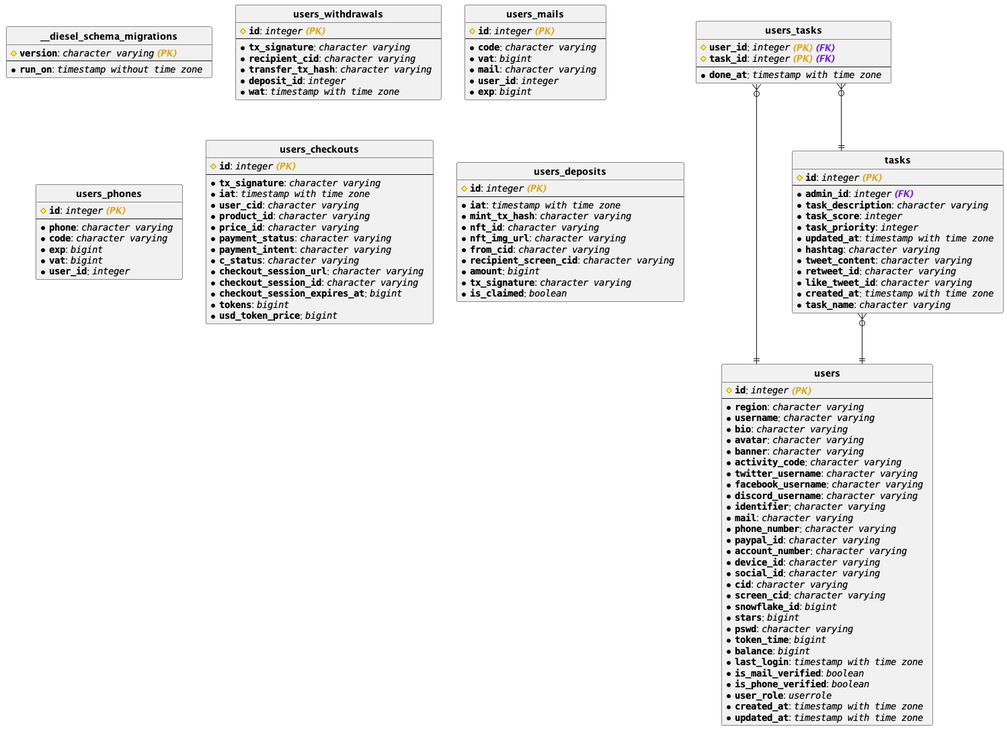
wildonion/gem keeps this PlantUML diagram as infra/panel.png. Above is the earlier version.
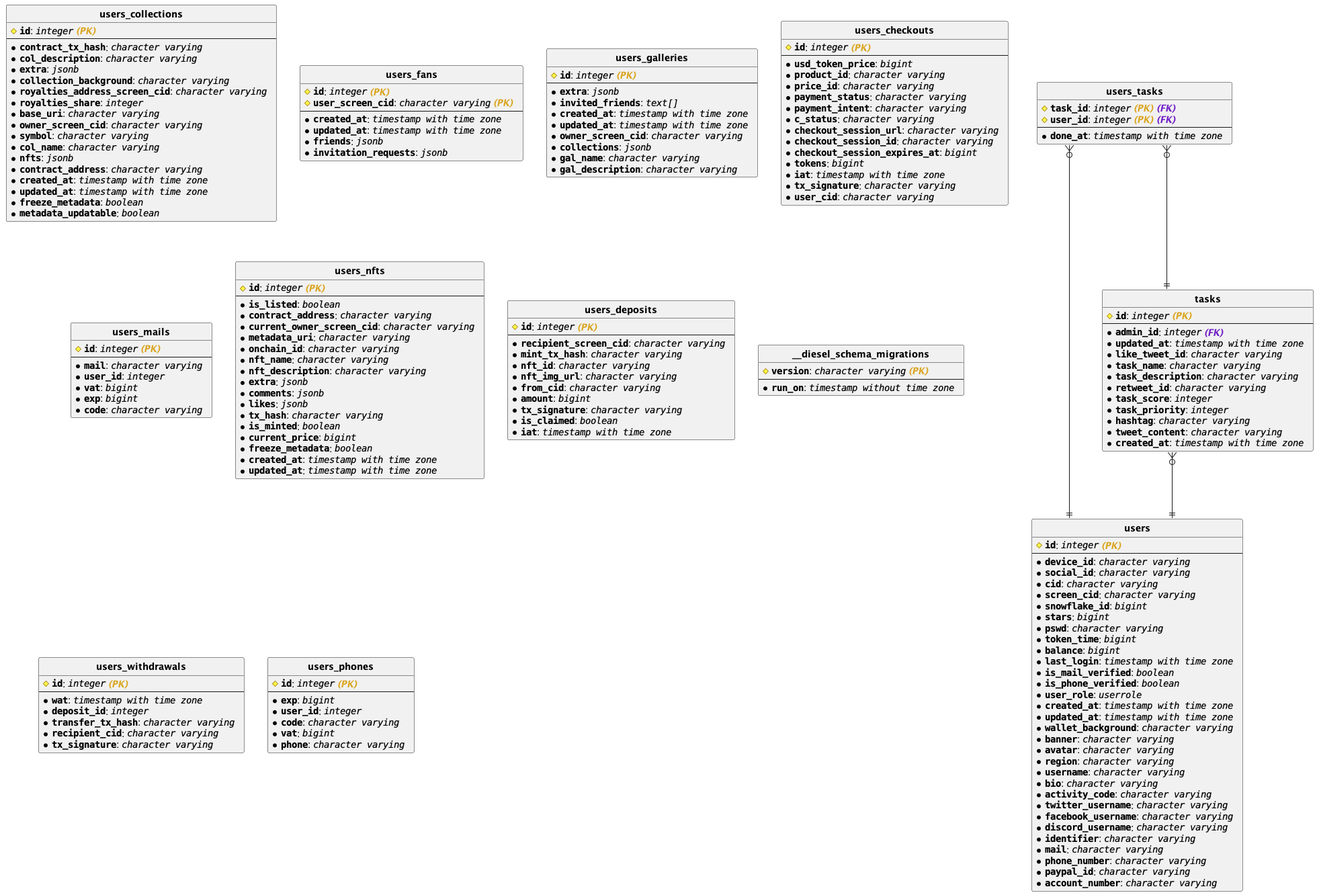
The same file after the commit.

Diff of the diagram source:
```diff
@@ -3,84 +3,40 @@
 hide circle
 skinparam linetype ortho
 
-entity "**__diesel_schema_migrations**" {
-# <b>""version""</b>: //""character varying"" <b><color:goldenrod>(PK) </color></b> //
+entity "**users_collections**" {
+# <b>""id""</b>: //""integer"" <b><color:goldenrod>(PK) </color></b> //
 ---
-* <b>""run_on""</b>: //""timestamp without time zone""  //
+* <b>""contract_tx_hash""</b>: //""character varying""  //
+* <b>""col_description""</b>: //""character varying""  //
+* <b>""extra""</b>: //""jsonb""  //
+* <b>""collection_background""</b>: //""character varying""  //
+* <b>""royalties_address_screen_cid""</b>: //""character varying""  //
+* <b>""royalties_share""</b>: //""integer""  //
+* <b>""base_uri""</b>: //""character varying""  //
+* <b>""owner_screen_cid""</b>: //""character varying""  //
+* <b>""symbol""</b>: //""character varying""  //
+* <b>""col_name""</b>: //""character varying""  //
+* <b>""nfts""</b>: //""jsonb""  //
+* <b>""contract_address""</b>: //""character varying""  //
+* <b>""created_at""</b>: //""timestamp with time zone""  //
+* <b>""updated_at""</b>: //""timestamp with time zone""  //
+* <b>""freeze_metadata""</b>: //""boolean""  //
+* <b>""metadata_updatable""</b>: //""boolean""  //
 }
 
-entity "**users_tasks**" {
-# <b>""user_id""</b>: //""integer"" <b><color:goldenrod>(PK) </color></b><b><color:701fc6>(FK) </color></b> //
-# <b>""task_id""</b>: //""integer"" <b><color:goldenrod>(PK) </color></b><b><color:701fc6>(FK) </color></b> //
+entity "**users_fans**" {
+# <b>""id""</b>: //""integer"" <b><color:goldenrod>(PK) </color></b> //
+# <b>""user_screen_cid""</b>: //""character varying"" <b><color:goldenrod>(PK) </color></b> //
 ---
-* <b>""done_at""</b>: //""timestamp with time zone""  //
-}
-
-entity "**users_withdrawals**" {
-# <b>""id""</b>: //""integer"" <b><color:goldenrod>(PK) </color></b> //
----
-* <b>""tx_signature""</b>: //""character varying""  //
-* <b>""recipient_cid""</b>: //""character varying""  //
-* <b>""transfer_tx_hash""</b>: //""character varying""  //
-* <b>""deposit_id""</b>: //""integer""  //
-* <b>""wat""</b>: //""timestamp with time zone""  //
-}
-
-entity "**users_mails**" {
-# <b>""id""</b>: //""integer"" <b><color:goldenrod>(PK) </color></b> //
----
-* <b>""code""</b>: //""character varying""  //
-* <b>""vat""</b>: //""bigint""  //
-* <b>""mail""</b>: //""character varying""  //
-* <b>""user_id""</b>: //""integer""  //
-* <b>""exp""</b>: //""bigint""  //
-}
-
-entity "**users_phones**" {
-# <b>""id""</b>: //""integer"" <b><color:goldenrod>(PK) </color></b> //
----
-* <b>""phone""</b>: //""character varying""  //
-* <b>""code""</b>: //""character varying""  //
-* <b>""exp""</b>: //""bigint""  //
-* <b>""vat""</b>: //""bigint""  //
-* <b>""user_id""</b>: //""integer""  //
-}
-
-entity "**users_checkouts**" {
-# <b>""id""</b>: //""integer"" <b><color:goldenrod>(PK) </color></b> //
----
-* <b>""tx_signature""</b>: //""character varying""  //
-* <b>""iat""</b>: //""timestamp with time zone""  //
-* <b>""user_cid""</b>: //""character varying""  //
-* <b>""product_id""</b>: //""character varying""  //
-* <b>""price_id""</b>: //""character varying""  //
-* <b>""payment_status""</b>: //""character varying""  //
-* <b>""payment_intent""</b>: //""character varying""  //
-* <b>""c_status""</b>: //""character varying""  //
-* <b>""checkout_session_url""</b>: //""character varying""  //
-* <b>""checkout_session_id""</b>: //""character varying""  //
-* <b>""checkout_session_expires_at""</b>: //""bigint""  //
-* <b>""tokens""</b>: //""bigint""  //
-* <b>""usd_token_price""</b>: //""bigint""  //
+* <b>""created_at""</b>: //""timestamp with time zone""  //
+* <b>""updated_at""</b>: //""timestamp with time zone""  //
+* <b>""friends""</b>: //""jsonb""  //
+* <b>""invitation_requests""</b>: //""jsonb""  //
 }
 
 entity "**users**" {
 # <b>""id""</b>: //""integer"" <b><color:goldenrod>(PK) </color></b> //
 ---
-* <b>""region""</b>: //""character varying""  //
-* <b>""username""</b>: //""character varying""  //
-* <b>""bio""</b>: //""character varying""  //
-* <b>""avatar""</b>: //""character varying""  //
-* <b>""banner""</b>: //""character varying""  //
-* <b>""activity_code""</b>: //""character varying""  //
-* <b>""twitter_username""</b>: //""character varying""  //
-* <b>""facebook_username""</b>: //""character varying""  //
-* <b>""discord_username""</b>: //""character varying""  //
-* <b>""identifier""</b>: //""character varying""  //
-* <b>""mail""</b>: //""character varying""  //
-* <b>""phone_number""</b>: //""character varying""  //
-* <b>""paypal_id""</b>: //""character varying""  //
-* <b>""account_number""</b>: //""character varying""  //
 * <b>""device_id""</b>: //""character varying""  //
 * <b>""social_id""</b>: //""character varying""  //
 * <b>""cid""</b>: //""character varying""  //
@@ -96,36 +52,146 @@
 * <b>""user_role""</b>: //""userrole""  //
 * <b>""created_at""</b>: //""timestamp with time zone""  //
 * <b>""updated_at""</b>: //""timestamp with time zone""  //
+* <b>""wallet_background""</b>: //""character varying""  //
+* <b>""banner""</b>: //""character varying""  //
+* <b>""avatar""</b>: //""character varying""  //
+* <b>""region""</b>: //""character varying""  //
+* <b>""username""</b>: //""character varying""  //
+* <b>""bio""</b>: //""character varying""  //
+* <b>""activity_code""</b>: //""character varying""  //
+* <b>""twitter_username""</b>: //""character varying""  //
+* <b>""facebook_username""</b>: //""character varying""  //
+* <b>""discord_username""</b>: //""character varying""  //
+* <b>""identifier""</b>: //""character varying""  //
+* <b>""mail""</b>: //""character varying""  //
+* <b>""phone_number""</b>: //""character varying""  //
+* <b>""paypal_id""</b>: //""character varying""  //
+* <b>""account_number""</b>: //""character varying""  //
+}
+
+entity "**users_galleries**" {
+# <b>""id""</b>: //""integer"" <b><color:goldenrod>(PK) </color></b> //
+---
+* <b>""extra""</b>: //""jsonb""  //
+* <b>""invited_friends""</b>: //""text[]""  //
+* <b>""created_at""</b>: //""timestamp with time zone""  //
+* <b>""updated_at""</b>: //""timestamp with time zone""  //
+* <b>""owner_screen_cid""</b>: //""character varying""  //
+* <b>""collections""</b>: //""jsonb""  //
+* <b>""gal_name""</b>: //""character varying""  //
+* <b>""gal_description""</b>: //""character varying""  //
+}
+
+entity "**users_checkouts**" {
+# <b>""id""</b>: //""integer"" <b><color:goldenrod>(PK) </color></b> //
+---
+* <b>""usd_token_price""</b>: //""bigint""  //
+* <b>""product_id""</b>: //""character varying""  //
+* <b>""price_id""</b>: //""character varying""  //
+* <b>""payment_status""</b>: //""character varying""  //
+* <b>""payment_intent""</b>: //""character varying""  //
+* <b>""c_status""</b>: //""character varying""  //
+* <b>""checkout_session_url""</b>: //""character varying""  //
+* <b>""checkout_session_id""</b>: //""character varying""  //
+* <b>""checkout_session_expires_at""</b>: //""bigint""  //
+* <b>""tokens""</b>: //""bigint""  //
+* <b>""iat""</b>: //""timestamp with time zone""  //
+* <b>""tx_signature""</b>: //""character varying""  //
+* <b>""user_cid""</b>: //""character varying""  //
+}
+
+entity "**users_mails**" {
+# <b>""id""</b>: //""integer"" <b><color:goldenrod>(PK) </color></b> //
+---
+* <b>""mail""</b>: //""character varying""  //
+* <b>""user_id""</b>: //""integer""  //
+* <b>""vat""</b>: //""bigint""  //
+* <b>""exp""</b>: //""bigint""  //
+* <b>""code""</b>: //""character varying""  //
+}
+
+entity "**users_nfts**" {
+# <b>""id""</b>: //""integer"" <b><color:goldenrod>(PK) </color></b> //
+---
+* <b>""is_listed""</b>: //""boolean""  //
+* <b>""contract_address""</b>: //""character varying""  //
+* <b>""current_owner_screen_cid""</b>: //""character varying""  //
+* <b>""metadata_uri""</b>: //""character varying""  //
+* <b>""onchain_id""</b>: //""character varying""  //
+* <b>""nft_name""</b>: //""character varying""  //
+* <b>""nft_description""</b>: //""character varying""  //
+* <b>""extra""</b>: //""jsonb""  //
+* <b>""comments""</b>: //""jsonb""  //
+* <b>""likes""</b>: //""jsonb""  //
+* <b>""tx_hash""</b>: //""character varying""  //
+* <b>""is_minted""</b>: //""boolean""  //
+* <b>""current_price""</b>: //""bigint""  //
+* <b>""freeze_metadata""</b>: //""boolean""  //
+* <b>""created_at""</b>: //""timestamp with time zone""  //
+* <b>""updated_at""</b>: //""timestamp with time zone""  //
+}
+
+entity "**users_tasks**" {
+# <b>""task_id""</b>: //""integer"" <b><color:goldenrod>(PK) </color></b><b><color:701fc6>(FK) </color></b> //
+# <b>""user_id""</b>: //""integer"" <b><color:goldenrod>(PK) </color></b><b><color:701fc6>(FK) </color></b> //
+---
+* <b>""done_at""</b>: //""timestamp with time zone""  //
 }
 
 entity "**tasks**" {
 # <b>""id""</b>: //""integer"" <b><color:goldenrod>(PK) </color></b> //
 ---
 * <b>""admin_id""</b>: //""integer"" <b><color:701fc6>(FK) </color></b> //
+* <b>""updated_at""</b>: //""timestamp with time zone""  //
+* <b>""like_tweet_id""</b>: //""character varying""  //
+* <b>""task_name""</b>: //""character varying""  //
 * <b>""task_description""</b>: //""character varying""  //
+* <b>""retweet_id""</b>: //""character varying""  //
 * <b>""task_score""</b>: //""integer""  //
 * <b>""task_priority""</b>: //""integer""  //
-* <b>""updated_at""</b>: //""timestamp with time zone""  //
 * <b>""hashtag""</b>: //""character varying""  //
 * <b>""tweet_content""</b>: //""character varying""  //
-* <b>""retweet_id""</b>: //""character varying""  //
-* <b>""like_tweet_id""</b>: //""character varying""  //
 * <b>""created_at""</b>: //""timestamp with time zone""  //
-* <b>""task_name""</b>: //""character varying""  //
 }
 
 entity "**users_deposits**" {
 # <b>""id""</b>: //""integer"" <b><color:goldenrod>(PK) </color></b> //
 ---
-* <b>""iat""</b>: //""timestamp with time zone""  //
+* <b>""recipient_screen_cid""</b>: //""character varying""  //
 * <b>""mint_tx_hash""</b>: //""character varying""  //
 * <b>""nft_id""</b>: //""character varying""  //
 * <b>""nft_img_url""</b>: //""character varying""  //
 * <b>""from_cid""</b>: //""character varying""  //
-* <b>""recipient_screen_cid""</b>: //""character varying""  //
 * <b>""amount""</b>: //""bigint""  //
 * <b>""tx_signature""</b>: //""character varying""  //
 * <b>""is_claimed""</b>: //""boolean""  //
+* <b>""iat""</b>: //""timestamp with time zone""  //
+}
+
+entity "**__diesel_schema_migrations**" {
+# <b>""version""</b>: //""character varying"" <b><color:goldenrod>(PK) </color></b> //
+---
+* <b>""run_on""</b>: //""timestamp without time zone""  //
+}
+
+entity "**users_withdrawals**" {
+# <b>""id""</b>: //""integer"" <b><color:goldenrod>(PK) </color></b> //
+---
+* <b>""wat""</b>: //""timestamp with time zone""  //
+* <b>""deposit_id""</b>: //""integer""  //
+* <b>""transfer_tx_hash""</b>: //""character varying""  //
+* <b>""recipient_cid""</b>: //""character varying""  //
+* <b>""tx_signature""</b>: //""character varying""  //
+}
+
+entity "**users_phones**" {
+# <b>""id""</b>: //""integer"" <b><color:goldenrod>(PK) </color></b> //
+---
+* <b>""exp""</b>: //""bigint""  //
+* <b>""user_id""</b>: //""integer""  //
+* <b>""code""</b>: //""character varying""  //
+* <b>""vat""</b>: //""bigint""  //
+* <b>""phone""</b>: //""character varying""  //
 }
 
 
```
